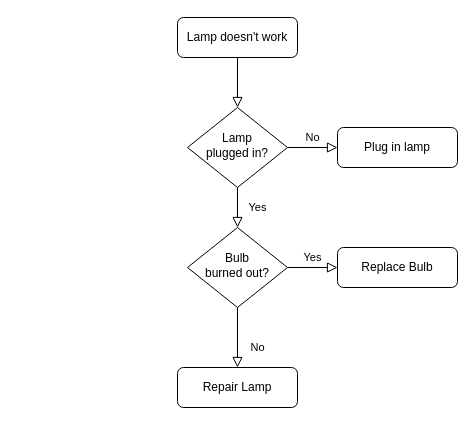
Before: Untitled Diagram.drawio in opsboutiquecom/opsboutiquecom, a draw.io diagram. Source tidied: cells renumbered, new cells numbered last; positions are measured from the earlier drawing's top-left corner, leaving out a move shared by most shapes. Both pictures are drawn from the tidied source at 100%, with x=0, y=0 at pixel (177, 17).
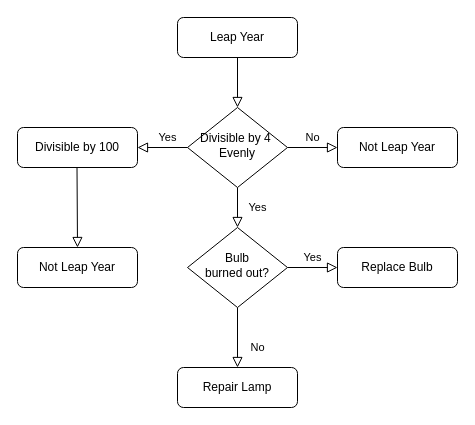
The same page after the edit.

Commit message:
Leap Year

Diff of the diagram source:
```diff
@@
 <mxGraphModel>
   <root>
     <mxCell id="0" />
     <mxCell id="1" parent="0" />
     <mxCell id="2" style="rounded=0;html=1;jettySize=auto;fontSize=11;endArrow=block;endFill=0;endSize=8;strokeWidth=1;shadow=0;labelBackgroundColor=none;edgeStyle=orthogonalEdgeStyle;" parent="1" edge="1" source="3" target="6">
       <mxGeometry relative="1" as="geometry" />
     </mxCell>
-    <mxCell id="3" value="Lamp doesn't work" style="rounded=1;whiteSpace=wrap;html=1;fontSize=12;glass=0;strokeWidth=1;shadow=0;" parent="1" vertex="1">
+    <mxCell id="3" value="Leap Year" style="rounded=1;whiteSpace=wrap;html=1;fontSize=12;glass=0;strokeWidth=1;shadow=0;" parent="1" vertex="1">
       <mxGeometry width="120" height="40" as="geometry" />
     </mxCell>
     <mxCell id="4" value="Yes" style="rounded=0;html=1;jettySize=auto;fontSize=11;endArrow=block;endFill=0;endSize=8;strokeWidth=1;shadow=0;labelBackgroundColor=none;edgeStyle=orthogonalEdgeStyle;" parent="1" edge="1" source="6" target="10">
       <mxGeometry y="20" relative="1" as="geometry" />
     </mxCell>
     <mxCell id="5" value="No" style="edgeStyle=orthogonalEdgeStyle;rounded=0;html=1;jettySize=auto;fontSize=11;endArrow=block;endFill=0;endSize=8;strokeWidth=1;shadow=0;labelBackgroundColor=none;" parent="1" edge="1" source="6" target="7">
       <mxGeometry y="10" relative="1" as="geometry" />
     </mxCell>
-    <mxCell id="6" value="Lamp&lt;br&gt;plugged in?" style="rhombus;whiteSpace=wrap;html=1;shadow=0;fontFamily=Helvetica;fontSize=12;align=center;strokeWidth=1;spacing=6;spacingTop=-4;" parent="1" vertex="1">
+    <mxCell id="6" value="Divisible by 4&amp;nbsp;&lt;br&gt;Evenly" style="rhombus;whiteSpace=wrap;html=1;shadow=0;fontFamily=Helvetica;fontSize=12;align=center;strokeWidth=1;spacing=6;spacingTop=-4;" parent="1" vertex="1">
       <mxGeometry x="10" y="90" width="100" height="80" as="geometry" />
     </mxCell>
-    <mxCell id="7" value="Plug in lamp" style="rounded=1;whiteSpace=wrap;html=1;fontSize=12;glass=0;strokeWidth=1;shadow=0;" parent="1" vertex="1">
+    <mxCell id="7" value="Not Leap Year" style="rounded=1;whiteSpace=wrap;html=1;fontSize=12;glass=0;strokeWidth=1;shadow=0;" parent="1" vertex="1">
       <mxGeometry x="160" y="110" width="120" height="40" as="geometry" />
     </mxCell>
     <mxCell id="8" value="No" style="rounded=0;html=1;jettySize=auto;fontSize=11;endArrow=block;endFill=0;endSize=8;strokeWidth=1;shadow=0;labelBackgroundColor=none;edgeStyle=orthogonalEdgeStyle;" parent="1" edge="1" source="10" target="11">
       <mxGeometry x="0.33" y="20" relative="1" as="geometry" />
     </mxCell>
     <mxCell id="9" value="Yes" style="edgeStyle=orthogonalEdgeStyle;rounded=0;html=1;jettySize=auto;fontSize=11;endArrow=block;endFill=0;endSize=8;strokeWidth=1;shadow=0;labelBackgroundColor=none;" parent="1" edge="1" source="10" target="12">
       <mxGeometry y="10" relative="1" as="geometry" />
     </mxCell>
     <mxCell id="10" value="Bulb&lt;br&gt;burned out?" style="rhombus;whiteSpace=wrap;html=1;shadow=0;fontFamily=Helvetica;fontSize=12;align=center;strokeWidth=1;spacing=6;spacingTop=-4;" parent="1" vertex="1">
       <mxGeometry x="10" y="210" width="100" height="80" as="geometry" />
     </mxCell>
     <mxCell id="11" value="Repair Lamp" style="rounded=1;whiteSpace=wrap;html=1;fontSize=12;glass=0;strokeWidth=1;shadow=0;" parent="1" vertex="1">
       <mxGeometry y="350" width="120" height="40" as="geometry" />
     </mxCell>
     <mxCell id="12" value="Replace Bulb" style="rounded=1;whiteSpace=wrap;html=1;fontSize=12;glass=0;strokeWidth=1;shadow=0;" parent="1" vertex="1">
       <mxGeometry x="160" y="230" width="120" height="40" as="geometry" />
     </mxCell>
+    <mxCell id="13" value="Divisible by 100" style="rounded=1;whiteSpace=wrap;html=1;fontSize=12;glass=0;strokeWidth=1;shadow=0;" parent="1" vertex="1">
+      <mxGeometry x="-160" y="110" width="120" height="40" as="geometry" />
+    </mxCell>
+    <mxCell id="14" value="Yes" style="edgeStyle=orthogonalEdgeStyle;rounded=0;html=1;jettySize=auto;fontSize=11;endArrow=block;endFill=0;endSize=8;strokeWidth=1;shadow=0;labelBackgroundColor=none;exitX=0;exitY=0.5;exitDx=0;exitDy=0;entryX=1;entryY=0.5;entryDx=0;entryDy=0;" parent="1" edge="1" source="6" target="13">
+      <mxGeometry x="-0.2" y="-10" relative="1" as="geometry" />
+    </mxCell>
+    <mxCell id="15" value="Not Leap Year" style="rounded=1;whiteSpace=wrap;html=1;fontSize=12;glass=0;strokeWidth=1;shadow=0;" parent="1" vertex="1">
+      <mxGeometry x="-160" y="230" width="120" height="40" as="geometry" />
+    </mxCell>
+    <mxCell id="16" style="rounded=0;html=1;jettySize=auto;fontSize=11;endArrow=block;endFill=0;endSize=8;strokeWidth=1;shadow=0;labelBackgroundColor=none;edgeStyle=orthogonalEdgeStyle;entryX=0.5;entryY=0;entryDx=0;entryDy=0;" parent="1" edge="1" target="15">
+      <mxGeometry x="-0.01" y="-19" relative="1" as="geometry">
+        <mxPoint x="-100.5" y="150" as="sourcePoint" />
+        <mxPoint x="-19" y="-19" as="offset" />
+      </mxGeometry>
+    </mxCell>
   </root>
 </mxGraphModel>
```
